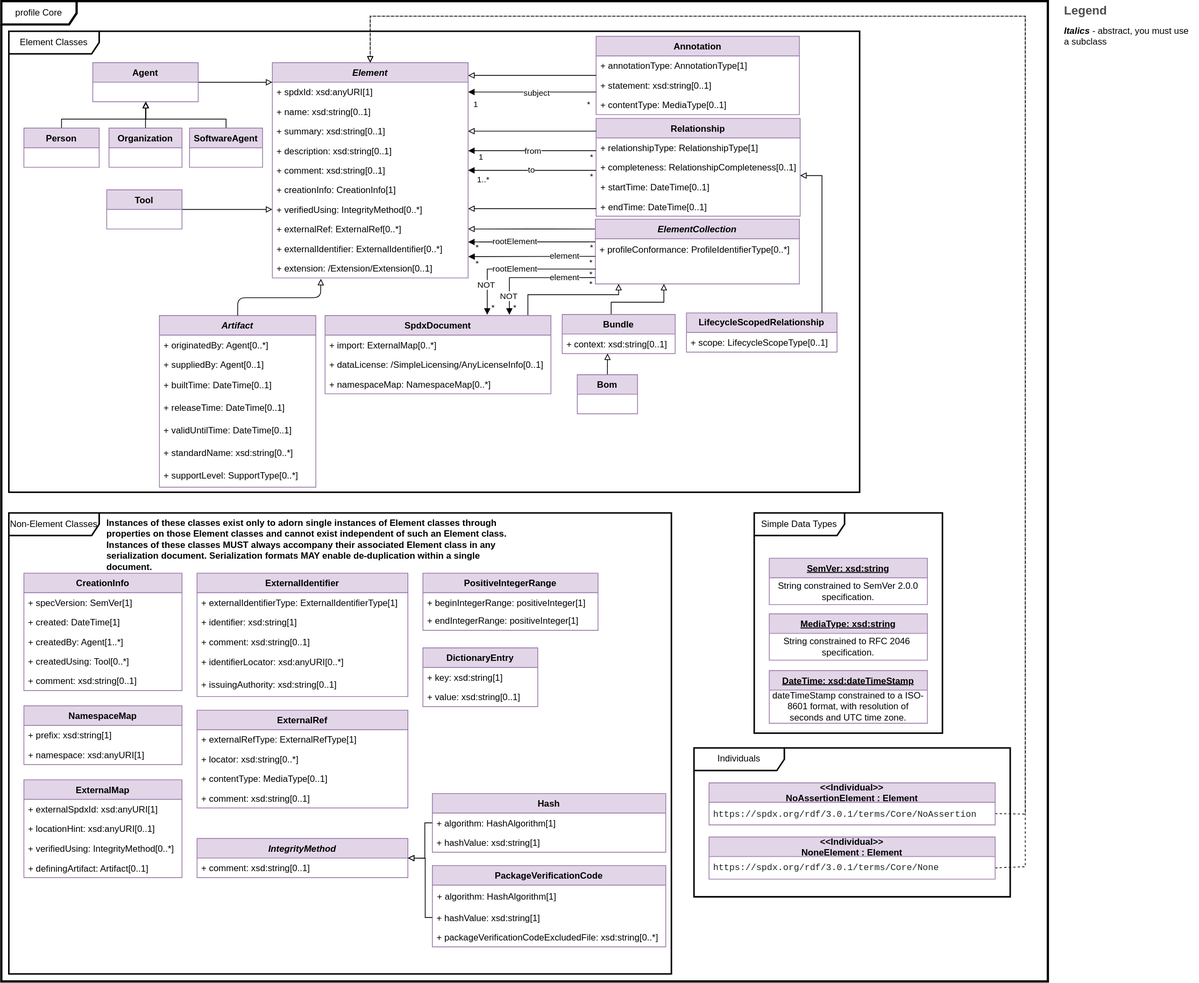
Earlier version of the draw.io export images/model-core.svg (spdx/spdx-3-model). Source tidied: cells renumbered, new cells last; positions are measured from the earlier drawing's top-left corner, leaving out a move shared by most shapes.
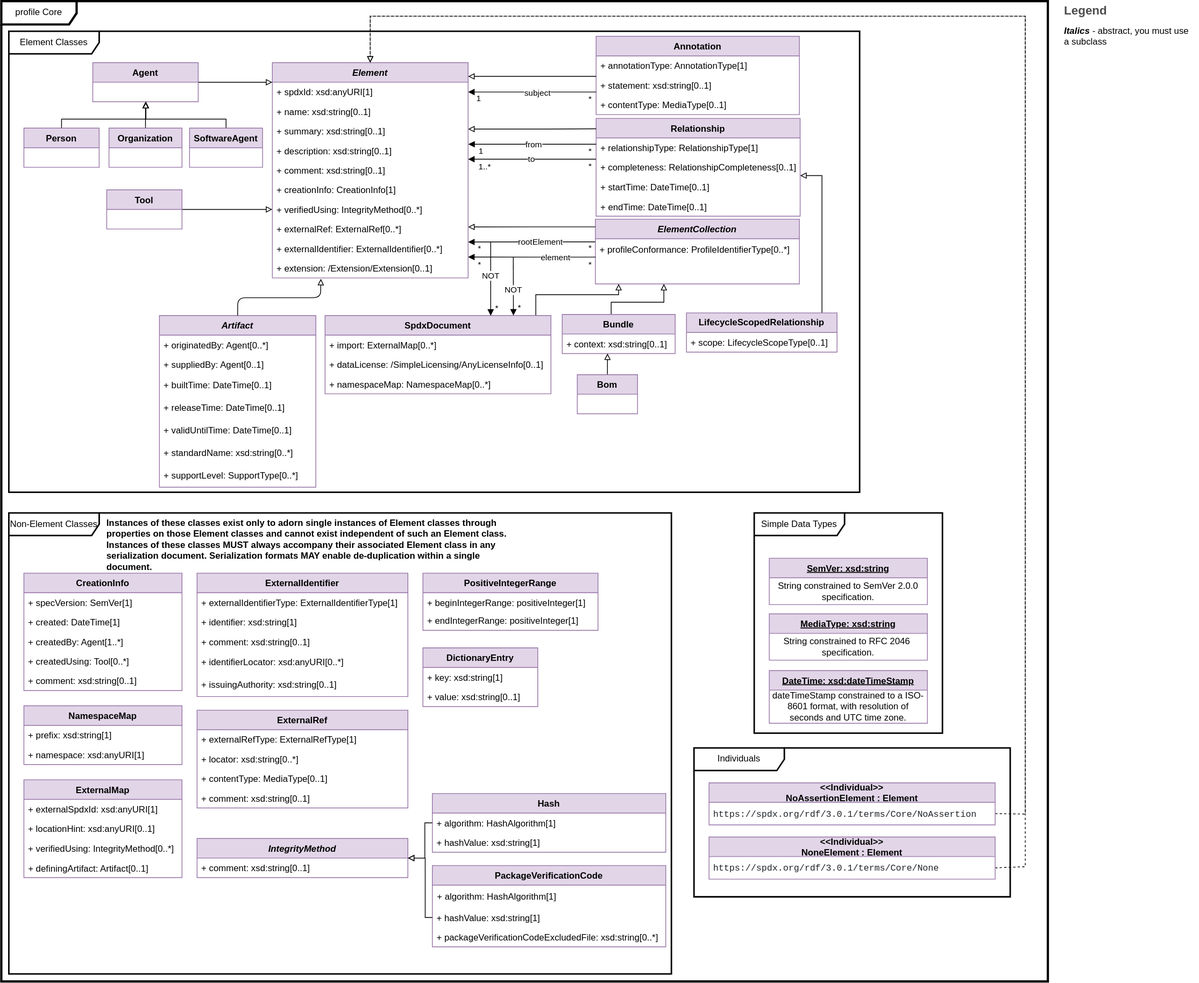
The same diagram one commit later.

Change to the diagram source:
```diff
@@ -104,11 +104,12 @@
     <mxCell id="35" value="&lt;font color=&quot;#000000&quot;&gt;&amp;nbsp;&lt;/font&gt;" style="text;strokeColor=none;fillColor=none;align=left;verticalAlign=middle;spacingLeft=4;spacingRight=4;overflow=hidden;points=[[0,0.5],[1,0.5]];portConstraint=eastwest;whiteSpace=wrap;html=1;fontColor=#FF0000;" parent="33" vertex="1">
       <mxGeometry y="56" width="271" height="30" as="geometry" />
     </mxCell>
-    <mxCell id="36" style="edgeStyle=orthogonalEdgeStyle;rounded=0;jettySize=auto;html=1;endArrow=block;endFill=1;entryX=1;entryY=0.5;entryDx=0;entryDy=0;" parent="1" edge="1" target="9">
+    <mxCell id="36" style="edgeStyle=orthogonalEdgeStyle;rounded=0;jettySize=auto;html=1;endArrow=block;endFill=1;entryX=1.001;entryY=0.169;entryDx=0;entryDy=0;entryPerimeter=0;" parent="1" edge="1" target="9">
       <mxGeometry relative="1" as="geometry">
-        <mxPoint x="790" y="198.8" as="sourcePoint" />
+        <mxPoint x="790" y="190" as="sourcePoint" />
         <Array as="points">
-          <mxPoint x="790" y="198.8" />
+          <mxPoint x="790" y="190" />
+          <mxPoint x="620" y="190" />
         </Array>
       </mxGeometry>
     </mxCell>
@@ -122,20 +123,20 @@
     </mxCell>
     <mxCell id="39" value="*" style="edgeLabel;html=1;align=center;verticalAlign=middle;fontSize=11;" parent="36" vertex="1">
       <mxGeometry x="-0.93" y="-1" relative="1" as="geometry">
-        <mxPoint y="9" as="offset" />
+        <mxPoint x="-2" y="9" as="offset" />
       </mxGeometry>
     </mxCell>
-    <mxCell id="40" style="edgeStyle=orthogonalEdgeStyle;rounded=0;jettySize=auto;html=1;endArrow=block;endFill=1;entryX=1;entryY=0.5;entryDx=0;entryDy=0;" parent="1" edge="1" source="28" target="10">
+    <mxCell id="40" style="edgeStyle=orthogonalEdgeStyle;rounded=0;jettySize=auto;html=1;endArrow=block;endFill=1;exitX=-0.001;exitY=0.074;exitDx=0;exitDy=0;exitPerimeter=0;" parent="1" edge="1" source="30">
       <mxGeometry relative="1" as="geometry">
+        <mxPoint x="620" y="210" as="targetPoint" />
         <Array as="points">
-          <mxPoint x="750" y="224.8" />
-          <mxPoint x="750" y="224.8" />
+          <mxPoint x="620" y="210" />
         </Array>
       </mxGeometry>
     </mxCell>
     <mxCell id="41" value="1..*" style="edgeLabel;html=1;align=center;verticalAlign=middle;" parent="40" vertex="1">
       <mxGeometry x="0.76" y="-1" relative="1" as="geometry">
-        <mxPoint x="-1" y="13" as="offset" />
+        <mxPoint x="1" y="10" as="offset" />
       </mxGeometry>
     </mxCell>
     <mxCell id="42" value="to" style="edgeLabel;html=1;align=center;verticalAlign=middle;" parent="40" vertex="1">
@@ -145,7 +146,7 @@
     </mxCell>
     <mxCell id="43" value="*" style="edgeLabel;html=1;align=center;verticalAlign=middle;fontSize=11;" parent="40" vertex="1">
       <mxGeometry x="-0.93" y="-1" relative="1" as="geometry">
-        <mxPoint y="9" as="offset" />
+        <mxPoint x="-2" y="9" as="offset" />
       </mxGeometry>
     </mxCell>
     <mxCell id="44" style="endArrow=block;endSize=6;endFill=0;html=1;entryX=0.248;entryY=1.048;entryDx=0;entryDy=0;entryPerimeter=0;exitX=0.5;exitY=0;exitDx=0;exitDy=0;" parent="1" edge="1" source="16" target="15">
@@ -156,13 +157,18 @@
         </Array>
       </mxGeometry>
     </mxCell>
-    <mxCell id="45" value="&lt;div&gt;&lt;br&gt;&lt;/div&gt;&lt;div&gt;&lt;br&gt;&lt;/div&gt;" style="endArrow=block;endSize=6;endFill=0;html=1;rounded=0;entryX=1;entryY=0.5;entryDx=0;entryDy=0;" parent="1" edge="1" target="8">
+    <mxCell id="45" value="&lt;div&gt;&lt;br&gt;&lt;/div&gt;&lt;div&gt;&lt;br&gt;&lt;/div&gt;" style="endArrow=block;endSize=6;endFill=0;html=1;rounded=0;exitX=0;exitY=0.107;exitDx=0;exitDy=0;exitPerimeter=0;" parent="1" edge="1" source="28">
       <mxGeometry relative="1" as="geometry">
-        <mxPoint x="790" y="172.8" as="sourcePoint" />
+        <mxPoint x="620" y="170" as="targetPoint" />
+        <Array as="points">
+          <mxPoint x="710" y="170" />
+        </Array>
       </mxGeometry>
     </mxCell>
-    <mxCell id="46" style="edgeStyle=orthogonalEdgeStyle;rounded=0;jettySize=auto;html=1;startSize=6;endArrow=block;endFill=0;endSize=6;entryX=1;entryY=0.5;entryDx=0;entryDy=0;exitX=-0.002;exitY=0.151;exitDx=0;exitDy=0;exitPerimeter=0;" parent="1" edge="1" source="33" target="13">
-      <mxGeometry relative="1" as="geometry" />
+    <mxCell id="46" style="edgeStyle=orthogonalEdgeStyle;rounded=0;jettySize=auto;html=1;startSize=6;endArrow=block;endFill=0;endSize=6;exitX=0;exitY=0.118;exitDx=0;exitDy=0;exitPerimeter=0;" parent="1" edge="1" source="33">
+      <mxGeometry relative="1" as="geometry">
+        <mxPoint x="620" y="300" as="targetPoint" />
+      </mxGeometry>
     </mxCell>
     <mxCell id="47" style="edgeStyle=orthogonalEdgeStyle;rounded=0;jettySize=auto;html=1;endArrow=block;endFill=1;exitX=-0.001;exitY=0.136;exitDx=0;exitDy=0;exitPerimeter=0;" parent="1" edge="1" source="34">
       <mxGeometry relative="1" as="geometry">
@@ -171,17 +177,17 @@
     </mxCell>
     <mxCell id="48" value="*" style="edgeLabel;html=1;align=center;verticalAlign=middle;" parent="47" vertex="1">
       <mxGeometry x="-0.9" y="4" relative="1" as="geometry">
-        <mxPoint x="3" y="3" as="offset" />
+        <mxPoint x="1" y="4" as="offset" />
       </mxGeometry>
     </mxCell>
     <mxCell id="49" value="*" style="edgeLabel;html=1;align=center;verticalAlign=middle;" parent="47" vertex="1">
       <mxGeometry x="0.87" y="1" relative="1" as="geometry">
-        <mxPoint x="1" y="6" as="offset" />
+        <mxPoint x="3" y="7" as="offset" />
       </mxGeometry>
     </mxCell>
     <mxCell id="50" value="rootElement" style="edgeLabel;html=1;align=center;verticalAlign=middle;" parent="47" vertex="1">
       <mxGeometry x="0.48" y="1" relative="1" as="geometry">
-        <mxPoint x="18" y="-2" as="offset" />
+        <mxPoint x="51" y="-2" as="offset" />
       </mxGeometry>
     </mxCell>
     <mxCell id="51" style="edgeStyle=orthogonalEdgeStyle;rounded=0;jettySize=auto;html=1;endArrow=block;endFill=1;entryX=1;entryY=0.5;entryDx=0;entryDy=0;" parent="1" edge="1" source="24" target="6">
@@ -194,12 +200,12 @@
     </mxCell>
     <mxCell id="52" value="*" style="edgeLabel;html=1;align=center;verticalAlign=middle;" parent="51" vertex="1">
       <mxGeometry x="0.89" y="-1" relative="1" as="geometry">
-        <mxPoint x="151" y="17" as="offset" />
+        <mxPoint x="152" y="10" as="offset" />
       </mxGeometry>
     </mxCell>
     <mxCell id="53" value="1" style="edgeLabel;html=1;align=center;verticalAlign=middle;" parent="51" vertex="1">
       <mxGeometry x="-0.94" y="-3" relative="1" as="geometry">
-        <mxPoint x="-155" y="19" as="offset" />
+        <mxPoint x="-152" y="11" as="offset" />
       </mxGeometry>
     </mxCell>
     <mxCell id="54" value="subject" style="edgeLabel;html=1;align=center;verticalAlign=middle;" parent="51" vertex="1">
@@ -210,8 +216,8 @@
     <mxCell id="55" style="edgeStyle=orthogonalEdgeStyle;rounded=0;jettySize=auto;html=1;endArrow=block;endFill=0;" parent="1" edge="1" source="24" target="5">
       <mxGeometry relative="1" as="geometry">
         <Array as="points">
-          <mxPoint x="900" y="86.8" />
-          <mxPoint x="900" y="86.8" />
+          <mxPoint x="700" y="100" />
+          <mxPoint x="700" y="100" />
         </Array>
       </mxGeometry>
     </mxCell>
@@ -221,29 +227,28 @@
     <mxCell id="57" value="Bom" style="swimlane;fontStyle=1;horizontal=1;startSize=26;fillColor=#e1d5e7;strokeColor=#9673a6;" parent="1" vertex="1">
       <mxGeometry x="765" y="496.2" width="80" height="52" as="geometry" />
     </mxCell>
-    <mxCell id="58" style="edgeStyle=orthogonalEdgeStyle;rounded=0;orthogonalLoop=1;jettySize=auto;html=1;endArrow=block;endFill=1;entryX=1.001;entryY=0.835;entryDx=0;entryDy=0;entryPerimeter=0;" parent="1" edge="1">
+    <mxCell id="58" style="edgeStyle=orthogonalEdgeStyle;rounded=0;jettySize=auto;html=1;endArrow=block;endFill=1;exitX=0.001;exitY=0.811;exitDx=0;exitDy=0;exitPerimeter=0;" parent="1" edge="1" source="34">
       <mxGeometry x="-0.18" relative="1" as="geometry">
-        <mxPoint x="789" y="339" as="sourcePoint" />
-        <mxPoint x="620.3" y="339.5" as="targetPoint" />
+        <mxPoint x="620" y="340" as="targetPoint" />
         <Array as="points">
-          <mxPoint x="789" y="339" />
-          <mxPoint x="640" y="339" />
+          <mxPoint x="704" y="340" />
+          <mxPoint x="621" y="340" />
         </Array>
       </mxGeometry>
     </mxCell>
     <mxCell id="59" value="*" style="edgeLabel;html=1;align=center;verticalAlign=middle;labelBackgroundColor=none;" parent="58" vertex="1">
       <mxGeometry x="0.79" y="-3" relative="1" as="geometry">
-        <mxPoint x="-6" y="12" as="offset" />
+        <mxPoint x="-4" y="12" as="offset" />
       </mxGeometry>
     </mxCell>
     <mxCell id="60" value="*" style="edgeLabel;html=1;align=center;verticalAlign=middle;" parent="58" vertex="1">
       <mxGeometry x="-0.9" relative="1" as="geometry">
-        <mxPoint x="2" y="8" as="offset" />
+        <mxPoint x="1" y="9" as="offset" />
       </mxGeometry>
     </mxCell>
     <mxCell id="61" value="element" style="edgeLabel;html=1;align=center;verticalAlign=middle;" parent="58" vertex="1">
       <mxGeometry x="-0.38" y="1" relative="1" as="geometry">
-        <mxPoint x="11" y="-1" as="offset" />
+        <mxPoint x="-2" y="-1" as="offset" />
       </mxGeometry>
     </mxCell>
     <mxCell id="62" value="Legend" style="align=left;fontSize=16;fontStyle=1;strokeColor=none;fillColor=none;fontColor=#4D4D4D;spacingTop=-8;" parent="1" vertex="1">
@@ -255,12 +260,6 @@
     <mxCell id="64" value="&lt;i style=&quot;&quot;&gt;&lt;b&gt;Italics &lt;/b&gt;- &lt;/i&gt;abstract, you must use a subclass" style="shape=partialRectangle;html=1;whiteSpace=wrap;top=0;left=0;bottom=0;right=0;overflow=hidden;align=left;spacingLeft=10;" parent="63" vertex="1">
       <mxGeometry width="180" height="30" as="geometry" />
     </mxCell>
-    <mxCell id="65" value="&lt;div&gt;&lt;br&gt;&lt;/div&gt;&lt;div&gt;&lt;br&gt;&lt;/div&gt;" style="endArrow=block;endSize=6;endFill=0;html=1;rounded=0;" parent="1" edge="1">
-      <mxGeometry relative="1" as="geometry">
-        <mxPoint x="790" y="275.8" as="sourcePoint" />
-        <mxPoint x="620" y="275.8" as="targetPoint" />
-      </mxGeometry>
-    </mxCell>
     <mxCell id="66" style="edgeStyle=orthogonalEdgeStyle;rounded=0;jettySize=auto;html=1;endArrow=block;endFill=0;exitX=0.5;exitY=0;exitDx=0;exitDy=0;" parent="1" edge="1" source="67" target="33">
       <mxGeometry relative="1" as="geometry">
         <Array as="points">
@@ -275,10 +274,10 @@
     <mxCell id="68" value="+ context: xsd:string[0..1]" style="text;strokeColor=none;fillColor=none;align=left;verticalAlign=top;spacingLeft=4;spacingRight=4;overflow=hidden;points=[[0,0.5],[1,0.5]];portConstraint=eastwest;" parent="67" vertex="1">
       <mxGeometry y="26" width="150" height="26" as="geometry" />
     </mxCell>
-    <mxCell id="69" style="edgeStyle=orthogonalEdgeStyle;rounded=0;jettySize=auto;html=1;endArrow=block;endFill=0;exitX=0.898;exitY=0.01;exitDx=0;exitDy=0;exitPerimeter=0;entryX=0.114;entryY=0.999;entryDx=0;entryDy=0;entryPerimeter=0;" parent="1" edge="1" source="70" target="35">
+    <mxCell id="69" style="edgeStyle=orthogonalEdgeStyle;rounded=0;jettySize=auto;html=1;endArrow=block;endFill=0;exitX=0.933;exitY=-0.001;exitDx=0;exitDy=0;exitPerimeter=0;entryX=0.114;entryY=0.999;entryDx=0;entryDy=0;entryPerimeter=0;" parent="1" edge="1" source="70" target="35">
       <mxGeometry relative="1" as="geometry">
         <Array as="points">
-          <mxPoint x="699" y="390" />
+          <mxPoint x="710" y="390" />
           <mxPoint x="820" y="390" />
         </Array>
       </mxGeometry>
@@ -478,58 +477,41 @@
     <mxCell id="126" value="+ scope: LifecycleScopeType[0..1]" style="text;strokeColor=none;fillColor=none;align=left;verticalAlign=top;spacingLeft=4;spacingRight=4;overflow=hidden;fontColor=#000000;" parent="125" vertex="1">
       <mxGeometry y="26" width="200" height="26" as="geometry" />
     </mxCell>
-    <mxCell id="127" style="edgeStyle=orthogonalEdgeStyle;rounded=0;jettySize=auto;html=1;endArrow=block;endFill=1;entryX=0.718;entryY=-0.011;entryDx=0;entryDy=0;exitX=0.002;exitY=0.342;exitDx=0;exitDy=0;exitPerimeter=0;entryPerimeter=0;" parent="1" edge="1" source="35" target="70">
+    <mxCell id="127" style="edgeStyle=orthogonalEdgeStyle;rounded=0;orthogonalLoop=1;jettySize=auto;html=1;endArrow=block;endFill=1;" parent="1" edge="1">
       <mxGeometry relative="1" as="geometry">
+        <mxPoint x="650" y="320" as="sourcePoint" />
+        <mxPoint x="650" y="418" as="targetPoint" />
         <Array as="points">
-          <mxPoint x="645" y="356" />
+          <mxPoint x="650" y="418" />
         </Array>
       </mxGeometry>
     </mxCell>
     <mxCell id="128" value="NOT" style="edgeLabel;html=1;align=center;verticalAlign=middle;" parent="127" vertex="1">
       <mxGeometry x="0.08" y="-2" relative="1" as="geometry">
-        <mxPoint x="-35" y="23" as="offset" />
+        <mxPoint x="1" y="-9" as="offset" />
       </mxGeometry>
     </mxCell>
-    <mxCell id="129" value="rootElement" style="edgeLabel;html=1;align=center;verticalAlign=middle;" parent="127" vertex="1">
-      <mxGeometry x="0.25" y="2" relative="1" as="geometry">
-        <mxPoint x="21" y="-2" as="offset" />
-      </mxGeometry>
-    </mxCell>
     <mxCell id="130" value="*" style="edgeLabel;html=1;align=center;verticalAlign=middle;" parent="127" vertex="1">
       <mxGeometry x="0.85" y="1" relative="1" as="geometry">
-        <mxPoint x="6" y="6" as="offset" />
+        <mxPoint x="6" y="-3" as="offset" />
       </mxGeometry>
     </mxCell>
-    <mxCell id="131" value="*" style="edgeLabel;html=1;align=center;verticalAlign=middle;" parent="127" vertex="1">
-      <mxGeometry x="-0.85" relative="1" as="geometry">
-        <mxPoint x="9" y="7" as="offset" />
-      </mxGeometry>
-    </mxCell>
-    <mxCell id="132" style="edgeStyle=orthogonalEdgeStyle;rounded=0;jettySize=auto;html=1;endArrow=block;endFill=1;exitX=0;exitY=0.721;exitDx=0;exitDy=0;exitPerimeter=0;entryX=0.816;entryY=-0.011;entryDx=0;entryDy=0;entryPerimeter=0;" parent="1" edge="1" source="35" target="70">
+    <mxCell id="132" style="edgeStyle=orthogonalEdgeStyle;rounded=0;jettySize=auto;html=1;endArrow=block;endFill=1;entryX=0.834;entryY=0;entryDx=0;entryDy=0;entryPerimeter=0;" parent="1" edge="1" target="70">
       <mxGeometry x="0.66" relative="1" as="geometry">
+        <mxPoint x="680" y="340" as="sourcePoint" />
         <Array as="points">
-          <mxPoint x="675" y="367" />
+          <mxPoint x="680" y="340" />
         </Array>
       </mxGeometry>
     </mxCell>
     <mxCell id="133" value="*" style="edgeLabel;html=1;align=center;verticalAlign=middle;labelBackgroundColor=none;" parent="132" vertex="1">
       <mxGeometry x="0.79" y="-3" relative="1" as="geometry">
-        <mxPoint x="10" y="8" as="offset" />
+        <mxPoint x="10" y="-3" as="offset" />
       </mxGeometry>
     </mxCell>
-    <mxCell id="134" value="*" style="edgeLabel;html=1;align=center;verticalAlign=middle;" parent="132" vertex="1">
-      <mxGeometry x="-0.9" relative="1" as="geometry">
-        <mxPoint x="2" y="8" as="offset" />
-      </mxGeometry>
-    </mxCell>
-    <mxCell id="135" value="element" style="edgeLabel;html=1;align=center;verticalAlign=middle;" parent="132" vertex="1">
-      <mxGeometry x="0.02" y="1" relative="1" as="geometry">
-        <mxPoint x="42" y="-2" as="offset" />
-      </mxGeometry>
-    </mxCell>
     <mxCell id="136" value="NOT" style="edgeLabel;html=1;align=center;verticalAlign=middle;" parent="132" vertex="1">
       <mxGeometry x="0.71" y="1" relative="1" as="geometry">
-        <mxPoint x="-2" y="-1" as="offset" />
+        <mxPoint x="-2" y="-23" as="offset" />
       </mxGeometry>
     </mxCell>
     <mxCell id="137" value="Instances of these classes exist only to adorn single instances of Element classes through properties on those Element classes and cannot exist independent of such an Element class. Instances of these classes MUST always accompany their associated Element class in any serialization document. Serialization formats MAY enable de-duplication within a single document." style="text;align=left;fontStyle=1;verticalAlign=top;spacingLeft=3;spacingRight=3;strokeColor=none;whiteSpace=wrap;fontColor=#000000;" parent="1" vertex="1">
```
